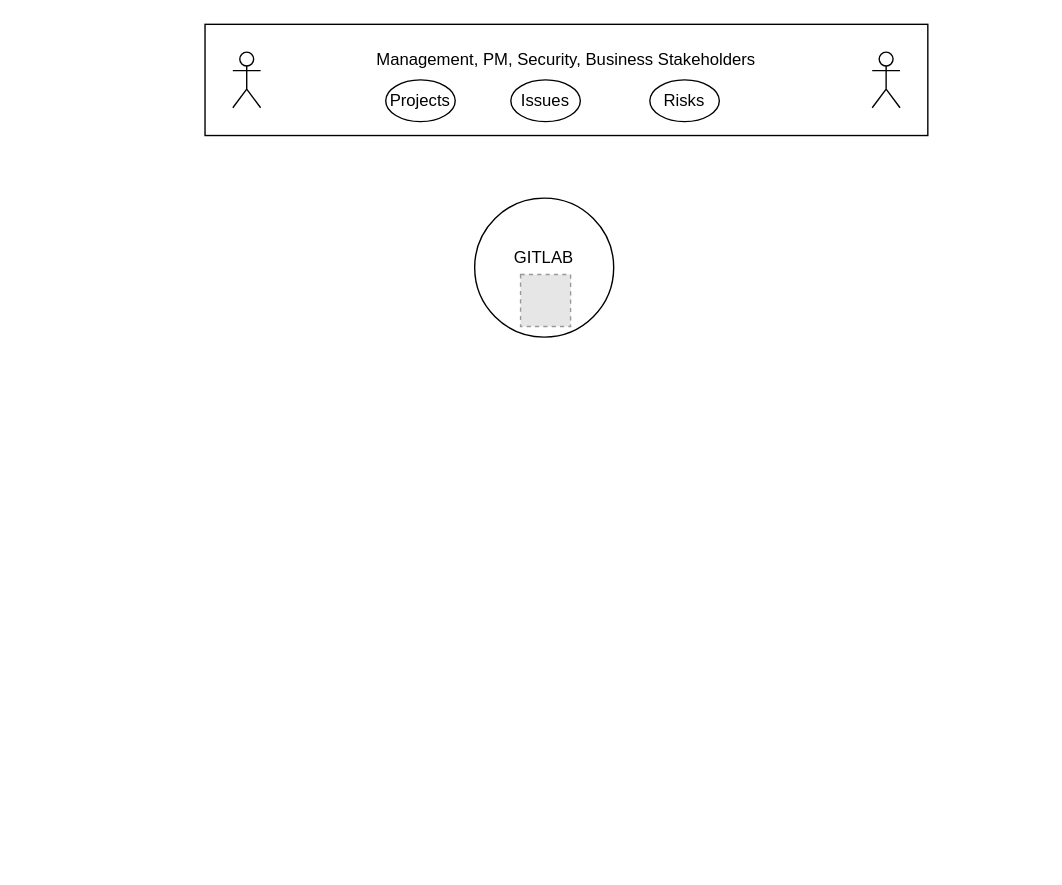
Above: Untitled Diagram.drawio in Bhoopesh123/kubernetes (draw.io), before the change. Source tidied: cells renumbered, new cells numbered last; positions are measured from the earlier drawing's top-left corner, leaving out a move shared by most shapes. Both pictures are drawn from the tidied source at 139%, with x=0, y=0 at pixel (204, 24). Pictures stored in the file or linked from it are replaced by grey dashed boxes.
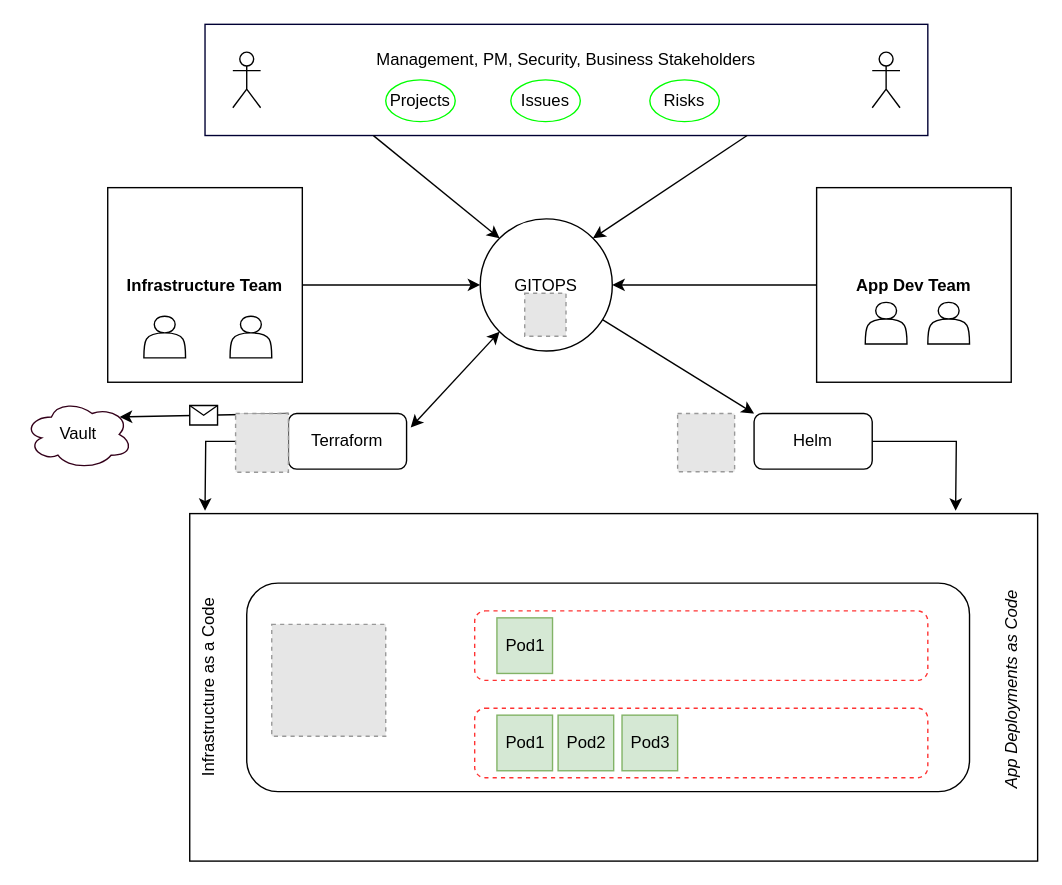
The same diagram, later.

Change to the diagram source:
```diff
@@
-    <mxCell id="2" value="GITLAB&lt;br&gt;&lt;br&gt;" style="ellipse;whiteSpace=wrap;html=1;" parent="1" vertex="1">
-      <mxGeometry x="194" y="125" width="100" height="100" as="geometry" />
+    <mxCell id="2" value="GITOPS&lt;br&gt;" style="ellipse;whiteSpace=wrap;html=1;" parent="1" vertex="1">
+      <mxGeometry x="198" y="140" width="95" height="95" as="geometry" />
     </mxCell>
-    <mxCell id="3" value="Management, PM, Security, Business Stakeholders&lt;br&gt;&lt;br&gt;&lt;br&gt;" style="rounded=0;whiteSpace=wrap;html=1;" parent="1" vertex="1">
+    <mxCell id="3" value="Management, PM, Security, Business Stakeholders&lt;br&gt;&lt;br&gt;&lt;br&gt;" style="rounded=0;whiteSpace=wrap;html=1;strokeColor=#000033;" parent="1" vertex="1">
       <mxGeometry width="520" height="80" as="geometry" />
     </mxCell>
@@
-    <mxCell id="6" value="Projects" style="ellipse;whiteSpace=wrap;html=1;" parent="1" vertex="1">
+    <mxCell id="6" value="Projects" style="ellipse;whiteSpace=wrap;html=1;strokeColor=#00FF00;" parent="1" vertex="1">
       <mxGeometry x="130" y="40" width="50" height="30" as="geometry" />
     </mxCell>
-    <mxCell id="7" value="Issues" style="ellipse;whiteSpace=wrap;html=1;" parent="1" vertex="1">
+    <mxCell id="7" value="Issues" style="ellipse;whiteSpace=wrap;html=1;strokeColor=#00FF00;" parent="1" vertex="1">
       <mxGeometry x="220" y="40" width="50" height="30" as="geometry" />
     </mxCell>
-    <mxCell id="8" value="Risks" style="ellipse;whiteSpace=wrap;html=1;" parent="1" vertex="1">
+    <mxCell id="8" value="Risks" style="ellipse;whiteSpace=wrap;html=1;strokeColor=#00FF00;" parent="1" vertex="1">
       <mxGeometry x="320" y="40" width="50" height="30" as="geometry" />
     </mxCell>
     <mxCell id="9" style="fillColor=#E6E6E6;strokeColor=#999999;dashed=1;verticalLabelPosition=bottom;labelBackgroundColor=#ffffff;verticalAlign=top;" parent="1" vertex="1">
-      <mxGeometry x="227" y="180" width="36" height="37.4" as="geometry" />
+      <mxGeometry x="230" y="193.5" width="29.7" height="30.9" as="geometry" />
     </mxCell>
+    <mxCell id="10" style="edgeStyle=orthogonalEdgeStyle;rounded=0;jettySize=auto;html=1;entryX=1;entryY=0.5;entryDx=0;entryDy=0;" parent="1" edge="1" source="11" target="2">
+      <mxGeometry relative="1" as="geometry" />
+    </mxCell>
+    <mxCell id="11" value="&lt;b&gt;App Dev Team&lt;/b&gt;" style="whiteSpace=wrap;html=1;" parent="1" vertex="1">
+      <mxGeometry x="440" y="117.5" width="140" height="140" as="geometry" />
+    </mxCell>
+    <mxCell id="12" style="edgeStyle=orthogonalEdgeStyle;rounded=0;jettySize=auto;html=1;" parent="1" edge="1" source="13" target="2">
+      <mxGeometry relative="1" as="geometry" />
+    </mxCell>
+    <mxCell id="13" value="&lt;b&gt;Infrastructure Team&lt;/b&gt;" style="whiteSpace=wrap;html=1;" parent="1" vertex="1">
+      <mxGeometry x="-70" y="117.5" width="140" height="140" as="geometry" />
+    </mxCell>
+    <mxCell id="14" style="shape=actor;whiteSpace=wrap;html=1;" parent="1" vertex="1">
+      <mxGeometry x="-44" y="210" width="30" height="30" as="geometry" />
+    </mxCell>
+    <mxCell id="15" style="shape=actor;whiteSpace=wrap;html=1;" parent="1" vertex="1">
+      <mxGeometry x="520" y="200" width="30" height="30" as="geometry" />
+    </mxCell>
+    <mxCell id="16" style="shape=actor;whiteSpace=wrap;html=1;" parent="1" vertex="1">
+      <mxGeometry x="475" y="200" width="30" height="30" as="geometry" />
+    </mxCell>
+    <mxCell id="17" style="shape=actor;whiteSpace=wrap;html=1;" parent="1" vertex="1">
+      <mxGeometry x="18" y="210" width="30" height="30" as="geometry" />
+    </mxCell>
+    <mxCell id="18" style="edgeStyle=orthogonalEdgeStyle;rounded=0;jettySize=auto;html=1;" parent="1" edge="1" source="19">
+      <mxGeometry relative="1" as="geometry">
+        <mxPoint y="350" as="targetPoint" />
+      </mxGeometry>
+    </mxCell>
+    <mxCell id="19" value="Terraform" style="rounded=1;whiteSpace=wrap;html=1;" parent="1" vertex="1">
+      <mxGeometry x="60" y="280" width="85" height="40" as="geometry" />
+    </mxCell>
+    <mxCell id="20" style="edgeStyle=orthogonalEdgeStyle;rounded=0;jettySize=auto;html=1;" parent="1" edge="1" source="21">
+      <mxGeometry relative="1" as="geometry">
+        <mxPoint x="540" y="350" as="targetPoint" />
+      </mxGeometry>
+    </mxCell>
+    <mxCell id="21" value="Helm" style="rounded=1;whiteSpace=wrap;html=1;" parent="1" vertex="1">
+      <mxGeometry x="395" y="280" width="85" height="40" as="geometry" />
+    </mxCell>
+    <mxCell id="22" value="Infrastructure as a Code" style="rounded=0;whiteSpace=wrap;html=1;horizontal=0;align=center;verticalAlign=top;" parent="1" vertex="1">
+      <mxGeometry x="-11" y="352" width="610" height="250" as="geometry" />
+    </mxCell>
+    <mxCell id="23" value="&lt;div&gt;&lt;span style=&quot;vertical-align: sub&quot;&gt;App Deployments as Code&lt;/span&gt;&lt;/div&gt;" style="text;html=1;strokeColor=none;fillColor=none;align=left;verticalAlign=bottom;whiteSpace=wrap;rounded=0;horizontal=0;fontStyle=2;" parent="1" vertex="1">
+      <mxGeometry x="410" y="392" width="180" height="160" as="geometry" />
+    </mxCell>
+    <mxCell id="24" style="rounded=1;whiteSpace=wrap;html=1;align=right;" parent="1" vertex="1">
+      <mxGeometry x="30" y="402" width="520" height="150" as="geometry" />
+    </mxCell>
+    <mxCell id="25" style="fillColor=#E6E6E6;strokeColor=#999999;dashed=1;verticalLabelPosition=bottom;labelBackgroundColor=#ffffff;verticalAlign=top;" parent="1" vertex="1">
+      <mxGeometry x="48" y="431.7" width="82" height="80.5" as="geometry" />
+    </mxCell>
+    <mxCell id="26" style="rounded=1;whiteSpace=wrap;html=1;align=right;dashed=1;strokeColor=#FF3333;" parent="1" vertex="1">
+      <mxGeometry x="194" y="422" width="326" height="50" as="geometry" />
+    </mxCell>
+    <mxCell id="27" style="rounded=1;whiteSpace=wrap;html=1;align=right;dashed=1;strokeColor=#FF3333;" parent="1" vertex="1">
+      <mxGeometry x="194" y="492" width="326" height="50" as="geometry" />
+    </mxCell>
+    <mxCell id="28" value="Pod1&amp;nbsp;" style="whiteSpace=wrap;html=1;align=right;strokeColor=#82b366;fillColor=#d5e8d4;" parent="1" vertex="1">
+      <mxGeometry x="210" y="427" width="40" height="40" as="geometry" />
+    </mxCell>
+    <mxCell id="29" value="Pod1&amp;nbsp;" style="whiteSpace=wrap;html=1;align=right;strokeColor=#82b366;fillColor=#d5e8d4;" parent="1" vertex="1">
+      <mxGeometry x="210" y="497" width="40" height="40" as="geometry" />
+    </mxCell>
+    <mxCell id="30" value="Pod2&amp;nbsp;" style="whiteSpace=wrap;html=1;align=right;strokeColor=#82b366;fillColor=#d5e8d4;" parent="1" vertex="1">
+      <mxGeometry x="254" y="497" width="40" height="40" as="geometry" />
+    </mxCell>
+    <mxCell id="31" value="Pod3&amp;nbsp;" style="whiteSpace=wrap;html=1;align=right;strokeColor=#82b366;fillColor=#d5e8d4;" parent="1" vertex="1">
+      <mxGeometry x="300" y="497" width="40" height="40" as="geometry" />
+    </mxCell>
+    <mxCell id="32" style="endArrow=classic;html=1;exitX=0.75;exitY=1;exitDx=0;exitDy=0;entryX=1;entryY=0;entryDx=0;entryDy=0;" parent="1" edge="1" source="3" target="2">
+      <mxGeometry relative="1" as="geometry" />
+    </mxCell>
+    <mxCell id="33" style="endArrow=classic;html=1;exitX=0.233;exitY=1.001;exitDx=0;exitDy=0;entryX=0;entryY=0;entryDx=0;entryDy=0;exitPerimeter=0;" parent="1" edge="1" source="3" target="2">
+      <mxGeometry relative="1" as="geometry" />
+    </mxCell>
+    <mxCell id="34" style="endArrow=classic;startArrow=classic;html=1;entryX=0;entryY=1;entryDx=0;entryDy=0;" parent="1" edge="1" target="2">
+      <mxGeometry relative="1" as="geometry">
+        <mxPoint x="148" y="290" as="sourcePoint" />
+      </mxGeometry>
+    </mxCell>
+    <mxCell id="35" style="endArrow=classic;html=1;entryX=0;entryY=0;entryDx=0;entryDy=0;" parent="1" edge="1" source="2" target="21">
+      <mxGeometry relative="1" as="geometry" />
+    </mxCell>
+    <mxCell id="36" value="Vault" style="ellipse;shape=cloud;whiteSpace=wrap;html=1;strokeColor=#33001A;align=center;" parent="1" vertex="1">
+      <mxGeometry x="-130" y="270" width="78" height="50" as="geometry" />
+    </mxCell>
+    <mxCell id="37" style="endArrow=classic;html=1;entryX=0.88;entryY=0.25;entryDx=0;entryDy=0;entryPerimeter=0;exitX=0;exitY=0;exitDx=0;exitDy=0;" parent="1" edge="1" source="19" target="36">
+      <mxGeometry relative="1" as="geometry" />
+    </mxCell>
+    <mxCell id="38" style="shape=message;html=1;" parent="37" vertex="1">
+      <mxGeometry width="20" height="14" relative="1" as="geometry">
+        <mxPoint x="-10" y="-7" as="offset" />
+      </mxGeometry>
+    </mxCell>
+    <mxCell id="39" style="fillColor=#E6E6E6;strokeColor=#999999;dashed=1;verticalLabelPosition=bottom;labelBackgroundColor=#ffffff;verticalAlign=top;" parent="1" vertex="1">
+      <mxGeometry x="340" y="280" width="41" height="41.9" as="geometry" />
+    </mxCell>
+    <mxCell id="40" style="fillColor=#E6E6E6;strokeColor=#999999;dashed=1;verticalLabelPosition=bottom;labelBackgroundColor=#ffffff;verticalAlign=top;" parent="1" vertex="1">
+      <mxGeometry x="22" y="280" width="38" height="42.2" as="geometry" />
+    </mxCell>
```
